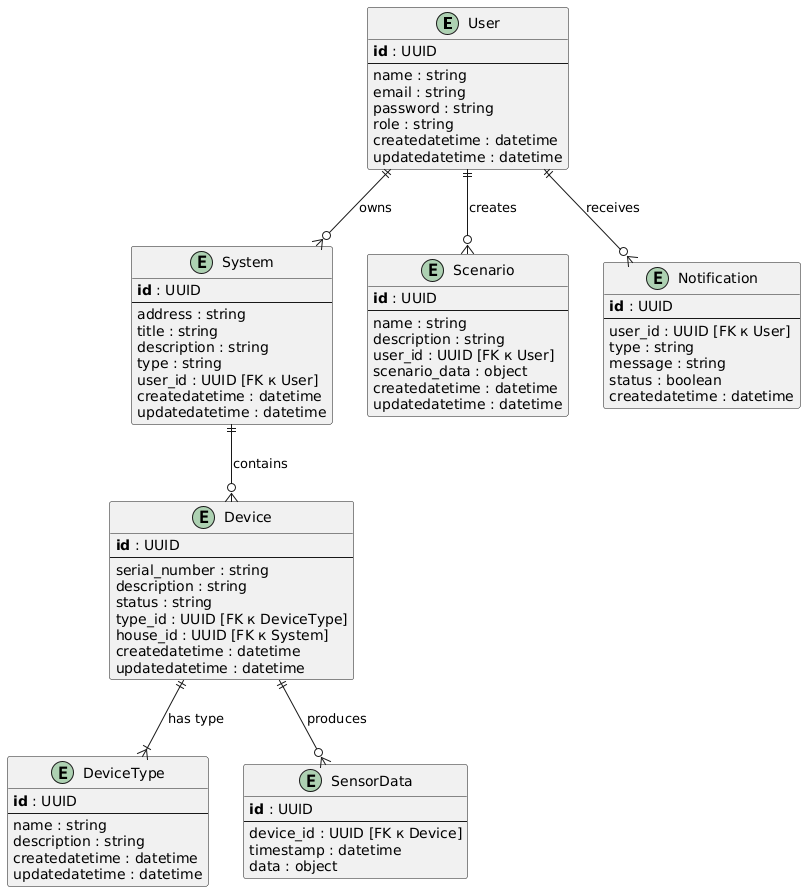
Above: er-diagram.png in Evgeniymishin/architecture-sprint-3 (PlantUML), before the change. The source it was exported from:
```plantuml
@startuml
!define primary_key(x) <b>x</b>
!define foreign_key(x) <u>x</u>

entity "User" as User {
    primary_key(id) : UUID
    --
    name : string
    email : string
    password : string
    role : string
    createdatetime : datetime
    updatedatetime : datetime
}

entity "System" as System {
    primary_key(id) : UUID
    --
    address : string
    title : string
    description : string
    type : string
    user_id : UUID [FK к User]
    createdatetime : datetime
    updatedatetime : datetime
}

entity "Device" as Device {
    primary_key(id) : UUID
    --
    serial_number : string
    description : string
    status : string
    type_id : UUID [FK к DeviceType]
    house_id : UUID [FK к System]
    createdatetime : datetime
    updatedatetime : datetime
}

entity "DeviceType" as DeviceType {
    primary_key(id) : UUID
    --
    name : string
    description : string
    createdatetime : datetime
    updatedatetime : datetime
}

entity "SensorData" as SensorData {
    primary_key(id) : UUID
    --
    device_id : UUID [FK к Device]
    timestamp : datetime
    data : object
}

entity "Scenario" as Scenario {
    primary_key(id) : UUID
    --
    name : string
    description : string
    user_id : UUID [FK к User]
    scenario_data : object
    createdatetime : datetime
    updatedatetime : datetime
}

entity "Notification" as Notification {
    primary_key(id) : UUID
    --
    user_id : UUID [FK к User]
    type : string
    message : string
    status : boolean
    createdatetime : datetime
}

User ||--o{ System : "owns"
System ||--o{ Device : "contains"
Device ||--o{ SensorData : "produces"
User ||--o{ Scenario : "creates"
User ||--o{ Notification : "receives"
Device ||--|{ DeviceType : "has type"
@enduml
```
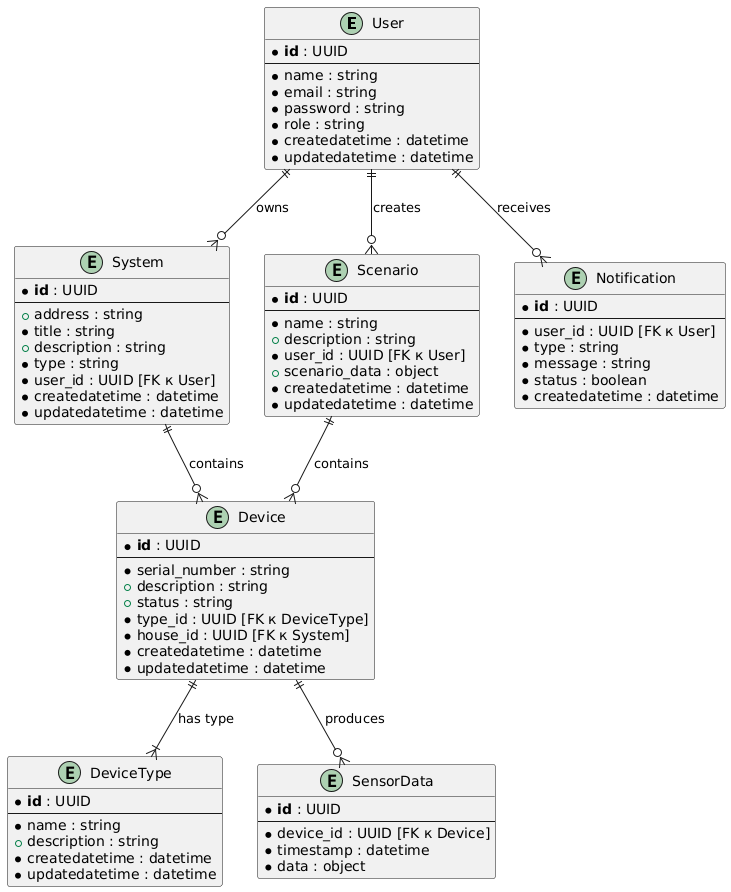
Later version of the same file.

Commit message:
Исправления по результатам ревью

Change to the diagram source:
```diff
@@ -3,76 +3,76 @@
 !define foreign_key(x) <u>x</u>
 
 entity "User" as User {
-    primary_key(id) : UUID
+    *primary_key(id) : UUID
     --
-    name : string
-    email : string
-    password : string
-    role : string
-    createdatetime : datetime
-    updatedatetime : datetime
+    *name : string
+    *email : string
+    *password : string
+    *role : string
+    *createdatetime : datetime
+    *updatedatetime : datetime
 }
 
 entity "System" as System {
-    primary_key(id) : UUID
+    *primary_key(id) : UUID
     --
-    address : string
-    title : string
-    description : string
-    type : string
-    user_id : UUID [FK к User]
-    createdatetime : datetime
-    updatedatetime : datetime
+    +address : string
+    *title : string
+    +description : string
+    *type : string
+    *user_id : UUID [FK к User]
+    *createdatetime : datetime
+    *updatedatetime : datetime
 }
 
 entity "Device" as Device {
-    primary_key(id) : UUID
+    *primary_key(id) : UUID
     --
-    serial_number : string
-    description : string
-    status : string
-    type_id : UUID [FK к DeviceType]
-    house_id : UUID [FK к System]
-    createdatetime : datetime
-    updatedatetime : datetime
+    *serial_number : string
+    +description : string
+    +status : string
+    *type_id : UUID [FK к DeviceType]
+    *house_id : UUID [FK к System]
+    *createdatetime : datetime
+    *updatedatetime : datetime
 }
 
 entity "DeviceType" as DeviceType {
-    primary_key(id) : UUID
+    *primary_key(id) : UUID
     --
-    name : string
-    description : string
-    createdatetime : datetime
-    updatedatetime : datetime
+    *name : string
+    +description : string
+    *createdatetime : datetime
+    *updatedatetime : datetime
 }
 
 entity "SensorData" as SensorData {
-    primary_key(id) : UUID
+    *primary_key(id) : UUID
     --
-    device_id : UUID [FK к Device]
-    timestamp : datetime
-    data : object
+    *device_id : UUID [FK к Device]
+    *timestamp : datetime
+    *data : object
 }
 
 entity "Scenario" as Scenario {
-    primary_key(id) : UUID
+    *primary_key(id) : UUID
     --
-    name : string
-    description : string
-    user_id : UUID [FK к User]
-    scenario_data : object
-    createdatetime : datetime
-    updatedatetime : datetime
+    *name : string
+    +description : string
+    *user_id : UUID [FK к User]
+    +scenario_data : object
+    *createdatetime : datetime
+    *updatedatetime : datetime
 }
 
 entity "Notification" as Notification {
-    primary_key(id) : UUID
+    *primary_key(id) : UUID
     --
-    user_id : UUID [FK к User]
-    type : string
-    message : string
-    status : boolean
-    createdatetime : datetime
+    *user_id : UUID [FK к User]
+    *type : string
+    *message : string
+    *status : boolean
+    *createdatetime : datetime
 }
 
 User ||--o{ System : "owns"
@@ -81,4 +81,5 @@
 User ||--o{ Scenario : "creates"
 User ||--o{ Notification : "receives"
 Device ||--|{ DeviceType : "has type"
+Scenario ||--o{ Device : "contains"
 @enduml
```
